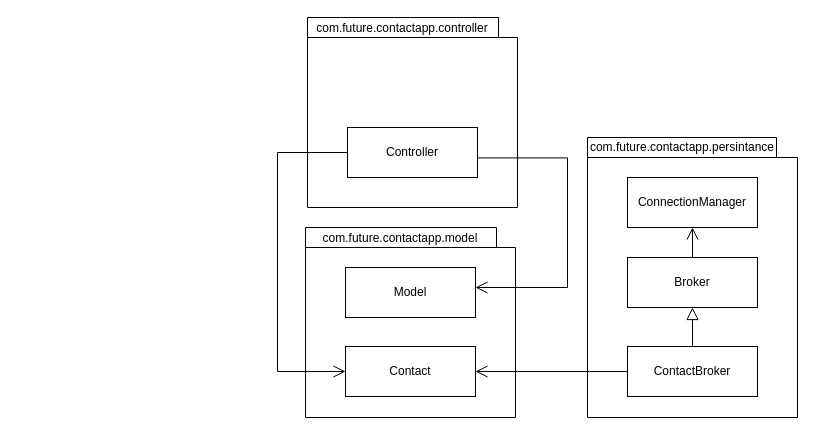
Earlier version of the draw.io diagram AppArchitecture.drawio (supergrau/ContactApp). Source tidied: cells renumbered, new cells numbered last; positions are measured from the earlier drawing's top-left corner, leaving out a move shared by most shapes. Both pictures are drawn from the tidied source at 100%, with x=0, y=0 at pixel (277, 17).
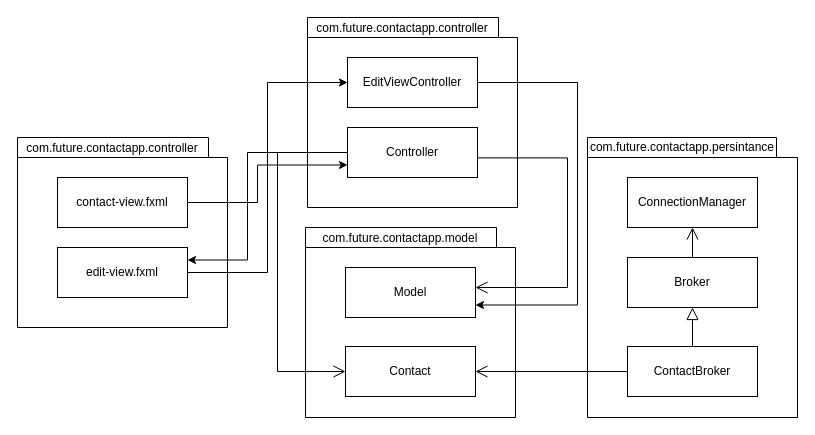
Above is the later version.

Commit message (it also covers changes not shown here):
Stand: 16.05.2025, 14:49 Uhr

Unchanged cells that the change refers to:
```xml
<mxCell id="10" style="group;" parent="1" vertex="1">
  <mxGeometry x="30" width="210" height="190" as="geometry" />
</mxCell>
<mxCell id="13" value="Controller" style="html=1;whiteSpace=wrap;" parent="10" vertex="1">
  <mxGeometry x="40" y="110" width="130" height="50" as="geometry" />
</mxCell>
<mxCell id="17" value="Model" style="html=1;whiteSpace=wrap;" parent="14" vertex="1">
  <mxGeometry x="40" y="40" width="130" height="50" as="geometry" />
</mxCell>
```

What changed in the source:
```diff
@@
+    <mxCell id="21" value="EditViewController" style="html=1;whiteSpace=wrap;" parent="10" vertex="1">
+      <mxGeometry x="40" y="40" width="130" height="50" as="geometry" />
+    </mxCell>
@@
+    <mxCell id="22" style="group;" parent="1" vertex="1">
+      <mxGeometry x="-260" y="120" width="210" height="190" as="geometry" />
+    </mxCell>
+    <mxCell id="23" style="shape=folder;fontStyle=1;spacingTop=10;tabWidth=200;tabHeight=20;tabPosition=left;html=1;whiteSpace=wrap;verticalAlign=top;align=left;fillColor=none;" parent="22" vertex="1">
+      <mxGeometry width="210" height="190" as="geometry" />
+    </mxCell>
+    <mxCell id="24" value="com.future.contactapp.controller" style="text;html=1;align=center;verticalAlign=middle;whiteSpace=wrap;rounded=0;" parent="22" vertex="1">
+      <mxGeometry width="190" height="22.4" as="geometry" />
+    </mxCell>
+    <mxCell id="25" value="edit-view.fxml" style="html=1;whiteSpace=wrap;" parent="22" vertex="1">
+      <mxGeometry x="40" y="110" width="130" height="50" as="geometry" />
+    </mxCell>
+    <mxCell id="26" value="contact-view.fxml" style="html=1;whiteSpace=wrap;" parent="22" vertex="1">
+      <mxGeometry x="40" y="40" width="130" height="50" as="geometry" />
+    </mxCell>
+    <mxCell id="27" style="edgeStyle=orthogonalEdgeStyle;rounded=0;jettySize=auto;html=1;entryX=0;entryY=0.5;entryDx=0;entryDy=0;" parent="1" edge="1" source="25" target="21">
+      <mxGeometry relative="1" as="geometry" />
+    </mxCell>
+    <mxCell id="28" style="edgeStyle=orthogonalEdgeStyle;rounded=0;jettySize=auto;html=1;exitX=1;exitY=0.5;exitDx=0;exitDy=0;entryX=0;entryY=0.75;entryDx=0;entryDy=0;" parent="1" edge="1" source="26" target="13">
+      <mxGeometry relative="1" as="geometry">
+        <Array as="points">
+          <mxPoint x="-20" y="185" />
+          <mxPoint x="-20" y="148" />
+        </Array>
+      </mxGeometry>
+    </mxCell>
+    <mxCell id="29" style="edgeStyle=orthogonalEdgeStyle;rounded=0;jettySize=auto;html=1;entryX=1;entryY=0.25;entryDx=0;entryDy=0;" parent="1" edge="1" source="13" target="25">
+      <mxGeometry relative="1" as="geometry">
+        <Array as="points">
+          <mxPoint x="-30" y="135" />
+          <mxPoint x="-30" y="243" />
+        </Array>
+      </mxGeometry>
+    </mxCell>
+    <mxCell id="30" style="edgeStyle=orthogonalEdgeStyle;rounded=0;jettySize=auto;html=1;entryX=1;entryY=0.75;entryDx=0;entryDy=0;" parent="1" edge="1" source="21" target="17">
+      <mxGeometry relative="1" as="geometry">
+        <Array as="points">
+          <mxPoint x="300" y="65" />
+          <mxPoint x="300" y="288" />
+        </Array>
+      </mxGeometry>
+    </mxCell>
```
